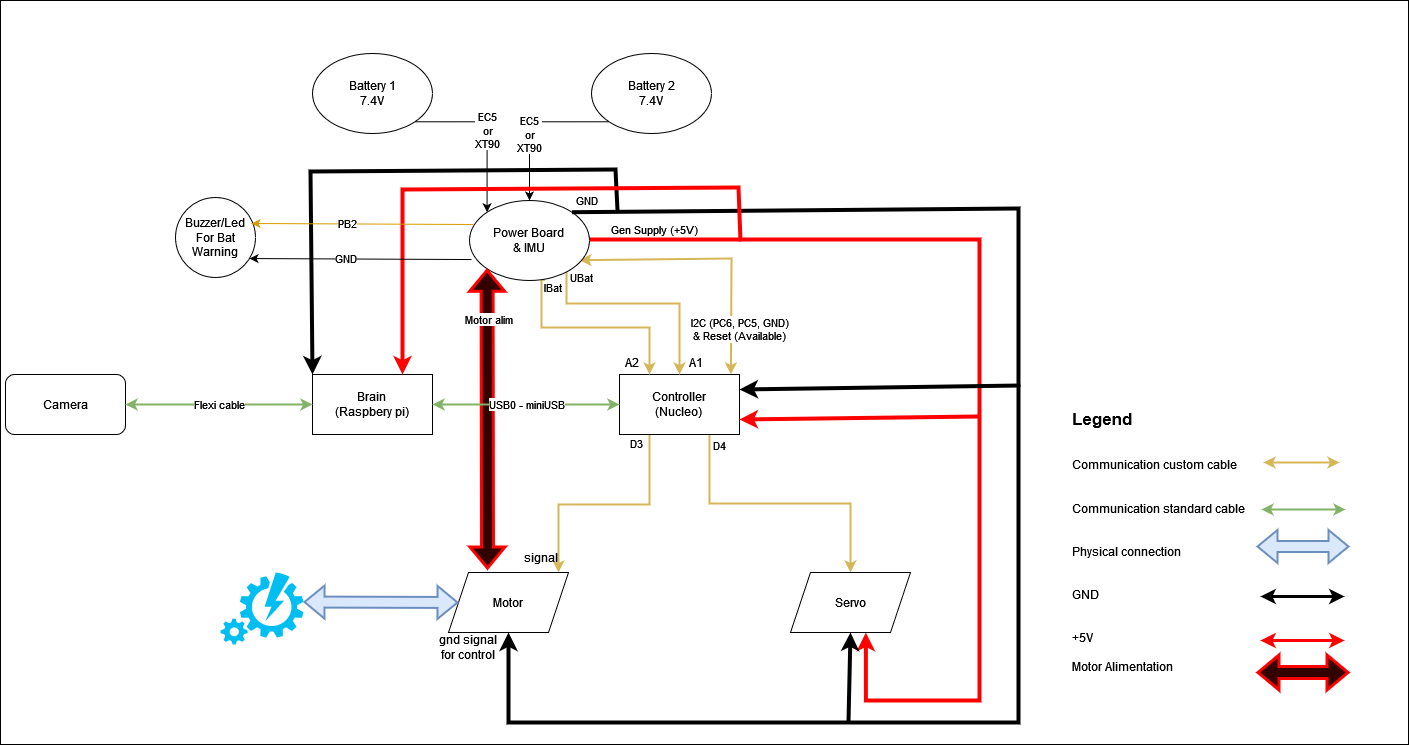
The draw.io diagram source/images/hardwaresetupforcar/ConnectionDiagram.png in ECC-BFMC/Documentation, before a commit. Source tidied: cells renumbered, new cells last; positions are measured from the earlier drawing's top-left corner, leaving out a move shared by most shapes.
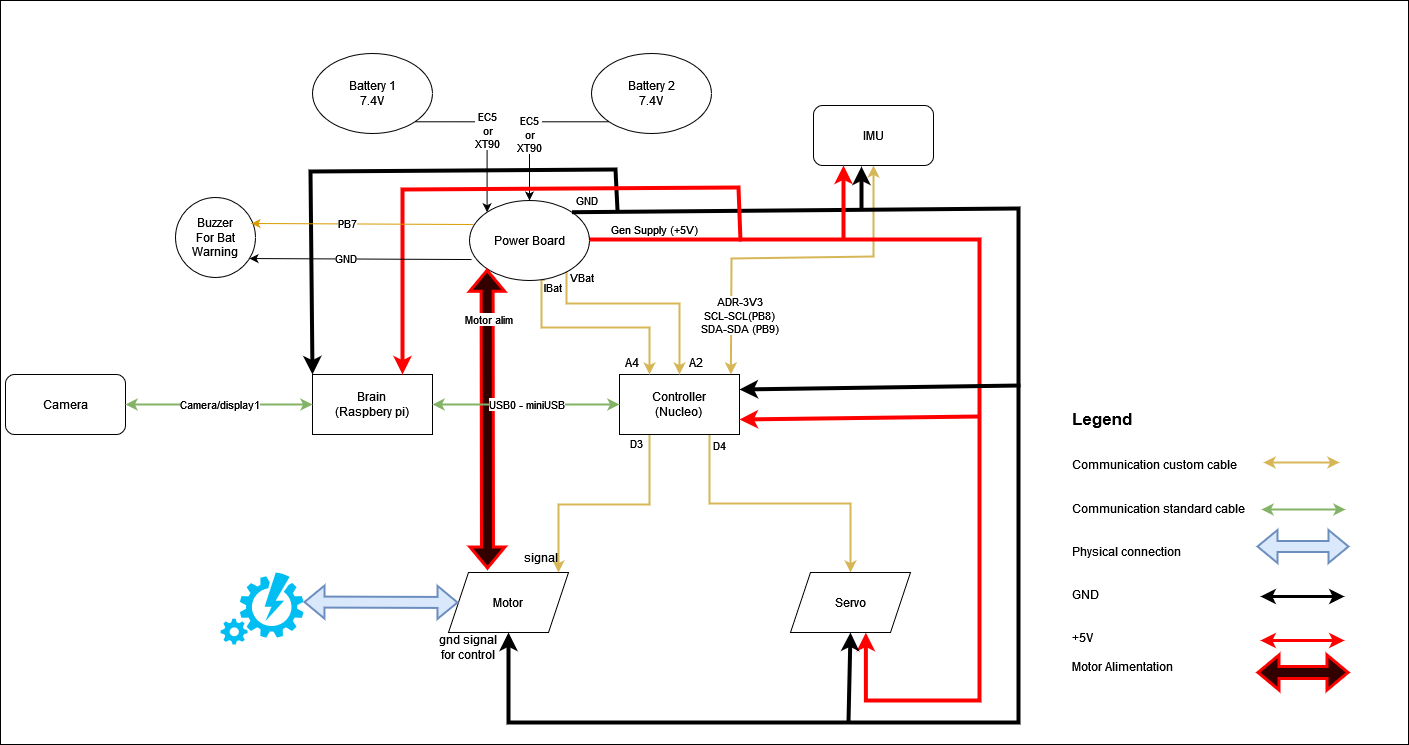
Above is the later version.

Diff of the diagram source:
```diff
@@ -25,12 +25,13 @@
     <mxCell id="7" value="Camera" style="rounded=1;whiteSpace=wrap;html=1;" parent="1" vertex="1">
       <mxGeometry x="5" y="374" width="120" height="60" as="geometry" />
     </mxCell>
-    <mxCell id="8" value="Flexi cable" style="endArrow=classic;startArrow=classic;html=1;rounded=0;exitX=1;exitY=0.5;exitDx=0;exitDy=0;entryX=0;entryY=0.5;entryDx=0;entryDy=0;fillColor=#d5e8d4;strokeColor=#82b366;strokeWidth=2;" parent="1" edge="1" source="7" target="3">
+    <mxCell id="8" value="Camera/display1" style="endArrow=classic;startArrow=classic;html=1;rounded=0;exitX=1;exitY=0.5;exitDx=0;exitDy=0;entryX=0;entryY=0.5;entryDx=0;entryDy=0;fillColor=#d5e8d4;strokeColor=#82b366;strokeWidth=2;" parent="1" edge="1" source="7" target="3">
       <mxGeometry relative="1" as="geometry" />
     </mxCell>
-    <mxCell id="9" value="&lt;div&gt;I2C (PC6, PC5, GND)&lt;/div&gt;&lt;div&gt;&amp;amp; Reset (Available)&lt;br&gt;&lt;/div&gt;" style="endArrow=classic;startArrow=classic;html=1;rounded=0;entryX=0.928;entryY=0;entryDx=0;entryDy=0;fillColor=#fff2cc;strokeColor=#d6b656;strokeWidth=2;exitX=0.916;exitY=0.746;exitDx=0;exitDy=0;exitPerimeter=0;entryPerimeter=0;" parent="1" edge="1" source="15" target="6">
+    <mxCell id="9" value="&lt;div&gt;ADR-3V3&lt;/div&gt;&lt;div&gt;SCL-SCL(PB8)&lt;/div&gt;&lt;div&gt;SDA-SDA (PB9)&lt;br&gt;&lt;/div&gt;" style="endArrow=classic;startArrow=classic;html=1;rounded=0;entryX=0.928;entryY=0;entryDx=0;entryDy=0;fillColor=#fff2cc;strokeColor=#d6b656;strokeWidth=2;exitX=0.5;exitY=1;exitDx=0;exitDy=0;entryPerimeter=0;" parent="1" edge="1" source="46" target="6">
       <mxGeometry x="0.66" y="8" relative="1" as="geometry">
         <Array as="points">
+          <mxPoint x="873" y="256" />
           <mxPoint x="731" y="258" />
         </Array>
       </mxGeometry>
@@ -49,7 +50,7 @@
         </Array>
       </mxGeometry>
     </mxCell>
-    <mxCell id="13" value="UBat " style="edgeStyle=orthogonalEdgeStyle;rounded=0;jettySize=auto;html=1;entryX=0.5;entryY=0;entryDx=0;entryDy=0;exitX=0.841;exitY=0.869;exitDx=0;exitDy=0;exitPerimeter=0;fillColor=#fff2cc;strokeColor=#d6b656;strokeWidth=2;" parent="1" edge="1" source="15" target="6">
+    <mxCell id="13" value="VBat " style="edgeStyle=orthogonalEdgeStyle;rounded=0;jettySize=auto;html=1;entryX=0.5;entryY=0;entryDx=0;entryDy=0;exitX=0.841;exitY=0.869;exitDx=0;exitDy=0;exitPerimeter=0;fillColor=#fff2cc;strokeColor=#d6b656;strokeWidth=2;" parent="1" edge="1" source="15" target="6">
       <mxGeometry x="-0.9" y="15" relative="1" as="geometry">
         <Array as="points">
           <mxPoint x="566" y="303" />
@@ -67,7 +68,7 @@
         </Array>
       </mxGeometry>
     </mxCell>
-    <mxCell id="15" value="Power Board&lt;br&gt;&amp;amp; IMU" style="ellipse;whiteSpace=wrap;html=1;" parent="1" vertex="1">
+    <mxCell id="15" value="Power Board" style="ellipse;whiteSpace=wrap;html=1;" parent="1" vertex="1">
       <mxGeometry x="469" y="200" width="120" height="80" as="geometry" />
     </mxCell>
     <mxCell id="16" value="&lt;div&gt;EC5&lt;/div&gt;&lt;div&gt;or&lt;/div&gt;&lt;div&gt;XT90&lt;br&gt;&lt;/div&gt;" style="edgeStyle=orthogonalEdgeStyle;rounded=0;jettySize=auto;html=1;exitX=1;exitY=1;exitDx=0;exitDy=0;entryX=0;entryY=0;entryDx=0;entryDy=0;" parent="1" edge="1" source="17" target="15">
@@ -116,10 +117,10 @@
     <mxCell id="24" value="gnd signal for control" style="text;html=1;strokeColor=none;fillColor=none;align=center;verticalAlign=middle;whiteSpace=wrap;rounded=0;" parent="1" vertex="1">
       <mxGeometry x="434" y="632" width="68" height="30" as="geometry" />
     </mxCell>
-    <mxCell id="25" value="A1" style="text;html=1;strokeColor=none;fillColor=none;align=center;verticalAlign=middle;whiteSpace=wrap;rounded=0;" parent="1" vertex="1">
+    <mxCell id="25" value="A2" style="text;html=1;strokeColor=none;fillColor=none;align=center;verticalAlign=middle;whiteSpace=wrap;rounded=0;" parent="1" vertex="1">
       <mxGeometry x="666" y="347" width="60" height="30" as="geometry" />
     </mxCell>
-    <mxCell id="26" value="A2" style="text;html=1;strokeColor=none;fillColor=none;align=center;verticalAlign=middle;whiteSpace=wrap;rounded=0;" parent="1" vertex="1">
+    <mxCell id="26" value="A4" style="text;html=1;strokeColor=none;fillColor=none;align=center;verticalAlign=middle;whiteSpace=wrap;rounded=0;" parent="1" vertex="1">
       <mxGeometry x="602" y="347" width="60" height="30" as="geometry" />
     </mxCell>
     <mxCell id="27" style="endArrow=classic;html=1;rounded=0;strokeColor=#ff0000;strokeWidth=4;jumpSize=21;entryX=1;entryY=0.75;entryDx=0;entryDy=0;" parent="1" edge="1" target="6">
@@ -192,7 +193,7 @@
     <mxCell id="40" value="USB0 - miniUSB" style="endArrow=classic;startArrow=classic;html=1;rounded=0;entryX=0;entryY=0.5;entryDx=0;entryDy=0;exitX=1;exitY=0.5;exitDx=0;exitDy=0;fillColor=#d5e8d4;strokeColor=#82b366;strokeWidth=2;" parent="1" edge="1" source="3" target="6">
       <mxGeometry relative="1" as="geometry" />
     </mxCell>
-    <mxCell id="41" value="&lt;div&gt;Buzzer/Led&lt;/div&gt;&lt;div&gt;For Bat Warning&lt;br&gt;&lt;/div&gt;" style="ellipse;whiteSpace=wrap;html=1;" parent="1" vertex="1">
+    <mxCell id="41" value="&lt;div&gt;Buzzer&lt;/div&gt;&lt;div&gt;For Bat Warning&lt;br&gt;&lt;/div&gt;" style="ellipse;whiteSpace=wrap;html=1;" parent="1" vertex="1">
       <mxGeometry x="175" y="197" width="80" height="80" as="geometry" />
     </mxCell>
     <mxCell id="42" style="endArrow=classic;html=1;rounded=0;exitX=0.017;exitY=0.738;exitDx=0;exitDy=0;exitPerimeter=0;entryX=0.925;entryY=0.763;entryDx=0;entryDy=0;entryPerimeter=0;" parent="1" edge="1" source="15" target="41">
@@ -207,8 +208,21 @@
         <mxPoint x="251" y="223" as="targetPoint" />
       </mxGeometry>
     </mxCell>
-    <mxCell id="45" value="PB2" style="edgeLabel;html=1;align=center;verticalAlign=middle;" parent="44" vertex="1">
+    <mxCell id="45" value="PB7" style="edgeLabel;html=1;align=center;verticalAlign=middle;" parent="44" vertex="1">
       <mxGeometry x="0.14" y="-1" relative="1" as="geometry" />
     </mxCell>
+    <mxCell id="46" value="IMU" style="rounded=1;whiteSpace=wrap;html=1;" parent="1" vertex="1">
+      <mxGeometry x="813" y="105" width="120" height="60" as="geometry" />
+    </mxCell>
+    <mxCell id="47" style="endArrow=classic;html=1;rounded=0;entryX=0.25;entryY=1;entryDx=0;entryDy=0;strokeWidth=4;strokeColor=#ff0000;" parent="1" edge="1" target="46">
+      <mxGeometry relative="1" as="geometry">
+        <mxPoint x="843" y="239" as="sourcePoint" />
+      </mxGeometry>
+    </mxCell>
+    <mxCell id="48" style="endArrow=classic;html=1;rounded=0;entryX=0.4;entryY=1.017;entryDx=0;entryDy=0;strokeWidth=4;strokeColor=#000000;entryPerimeter=0;" parent="1" edge="1" target="46">
+      <mxGeometry relative="1" as="geometry">
+        <mxPoint x="861" y="208" as="sourcePoint" />
+      </mxGeometry>
+    </mxCell>
   </root>
 </mxGraphModel>
```
